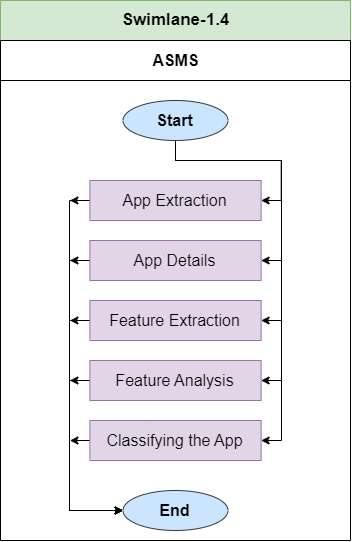
Shaikh1828/SPL-2 keeps this draw.io diagram as SRS/Diagrams/Sw-1.4.drawio.png. Above is the earlier version. Source tidied: cells renumbered, new cells last; positions are measured from the earlier drawing's top-left corner, leaving out a move shared by most shapes.
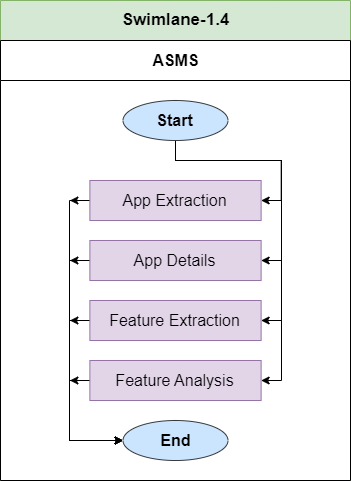
Above is the later version.

Diff of the diagram source:
```diff
@@ -3,16 +3,16 @@
     <mxCell id="0" />
     <mxCell id="1" parent="0" />
     <mxCell id="2" value="&lt;font style=&quot;font-size: 17px;&quot;&gt;Swimlane-1.4&lt;/font&gt;" style="swimlane;startSize=40;html=1;fillColor=#d5e8d4;strokeColor=#82b366;" parent="1" vertex="1">
-      <mxGeometry width="350" height="540" as="geometry" />
+      <mxGeometry width="350" height="480" as="geometry" />
     </mxCell>
     <mxCell id="3" value="&lt;font style=&quot;font-size: 16px;&quot;&gt;ASMS&lt;/font&gt;" style="swimlane;startSize=40;html=1;" parent="2" vertex="1">
-      <mxGeometry y="40" width="350" height="500" as="geometry" />
+      <mxGeometry y="40" width="350" height="440" as="geometry" />
     </mxCell>
     <mxCell id="4" style="edgeStyle=orthogonalEdgeStyle;rounded=0;jettySize=auto;html=1;entryX=0;entryY=0.5;entryDx=0;entryDy=0;" parent="3" edge="1" source="6" target="24">
       <mxGeometry relative="1" as="geometry">
         <Array as="points">
           <mxPoint x="69" y="160" />
-          <mxPoint x="69" y="470" />
+          <mxPoint x="69" y="400" />
         </Array>
       </mxGeometry>
     </mxCell>
@@ -54,15 +54,6 @@
         </Array>
       </mxGeometry>
     </mxCell>
-    <mxCell id="11" style="edgeStyle=orthogonalEdgeStyle;rounded=0;jettySize=auto;html=1;entryX=1;entryY=0.5;entryDx=0;entryDy=0;" parent="3" edge="1" source="12" target="23">
-      <mxGeometry relative="1" as="geometry">
-        <Array as="points">
-          <mxPoint x="175" y="120" />
-          <mxPoint x="281" y="120" />
-          <mxPoint x="281" y="400" />
-        </Array>
-      </mxGeometry>
-    </mxCell>
     <mxCell id="12" value="&lt;font style=&quot;font-size: 16px;&quot;&gt;&lt;b&gt;Start&lt;/b&gt;&lt;/font&gt;" style="ellipse;whiteSpace=wrap;html=1;fillColor=#cce5ff;strokeColor=#36393d;" parent="3" vertex="1">
       <mxGeometry x="122.5" y="60" width="105" height="40" as="geometry" />
     </mxCell>
@@ -70,7 +61,7 @@
       <mxGeometry relative="1" as="geometry">
         <Array as="points">
           <mxPoint x="69" y="220" />
-          <mxPoint x="69" y="470" />
+          <mxPoint x="69" y="400" />
         </Array>
       </mxGeometry>
     </mxCell>
@@ -86,7 +77,7 @@
       <mxGeometry relative="1" as="geometry">
         <Array as="points">
           <mxPoint x="69" y="280" />
-          <mxPoint x="69" y="470" />
+          <mxPoint x="69" y="400" />
         </Array>
       </mxGeometry>
     </mxCell>
@@ -102,7 +93,7 @@
       <mxGeometry relative="1" as="geometry">
         <Array as="points">
           <mxPoint x="69" y="340" />
-          <mxPoint x="69" y="470" />
+          <mxPoint x="69" y="400" />
         </Array>
       </mxGeometry>
     </mxCell>
@@ -114,16 +105,8 @@
     <mxCell id="21" value="&lt;font style=&quot;font-size: 16px;&quot;&gt;Feature Analysis&lt;/font&gt;" style="rounded=0;whiteSpace=wrap;html=1;fillColor=#e1d5e7;strokeColor=#9673a6;" parent="3" vertex="1">
       <mxGeometry x="89.4" y="320" width="171.2" height="40" as="geometry" />
     </mxCell>
-    <mxCell id="22" style="edgeStyle=orthogonalEdgeStyle;rounded=0;jettySize=auto;html=1;" parent="3" edge="1" source="23">
-      <mxGeometry relative="1" as="geometry">
-        <mxPoint x="70" y="400" as="targetPoint" />
-      </mxGeometry>
-    </mxCell>
-    <mxCell id="23" value="&lt;font style=&quot;font-size: 16px;&quot;&gt;Classifying the&amp;nbsp;App&lt;/font&gt;" style="rounded=0;whiteSpace=wrap;html=1;fillColor=#e1d5e7;strokeColor=#9673a6;" parent="3" vertex="1">
-      <mxGeometry x="89.4" y="380" width="171.2" height="40" as="geometry" />
-    </mxCell>
     <mxCell id="24" value="&lt;font style=&quot;font-size: 16px;&quot;&gt;&lt;b&gt;End&lt;/b&gt;&lt;/font&gt;" style="ellipse;whiteSpace=wrap;html=1;fillColor=#cce5ff;strokeColor=#36393d;" parent="3" vertex="1">
-      <mxGeometry x="122.5" y="450" width="105" height="40" as="geometry" />
+      <mxGeometry x="122.5" y="380" width="105" height="40" as="geometry" />
     </mxCell>
   </root>
 </mxGraphModel>
```
